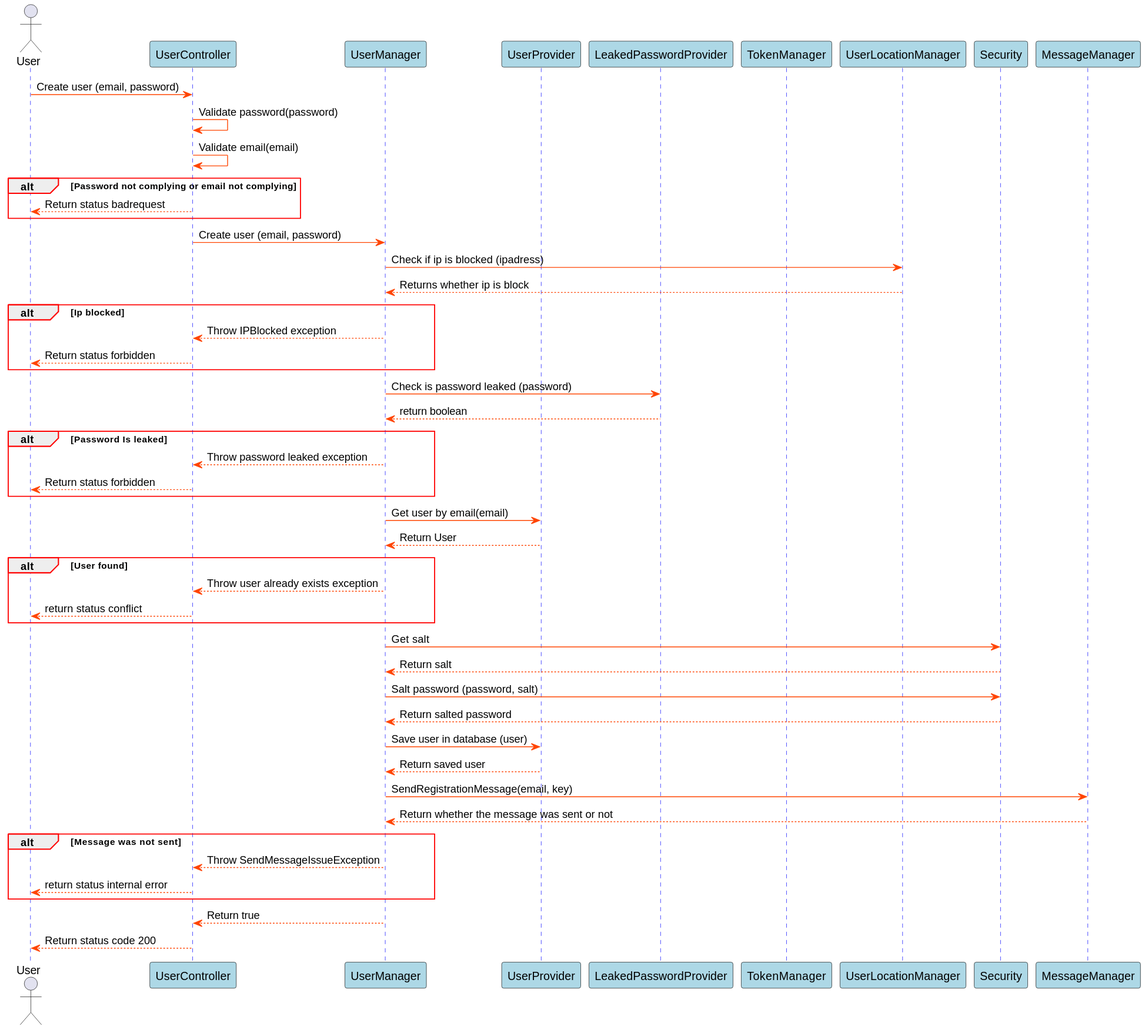
The PlantUML diagram Docs/out/SDDiagrams/CreateUserSD/Create User SD.svg in blackout1471/trust-us-school, before a commit.
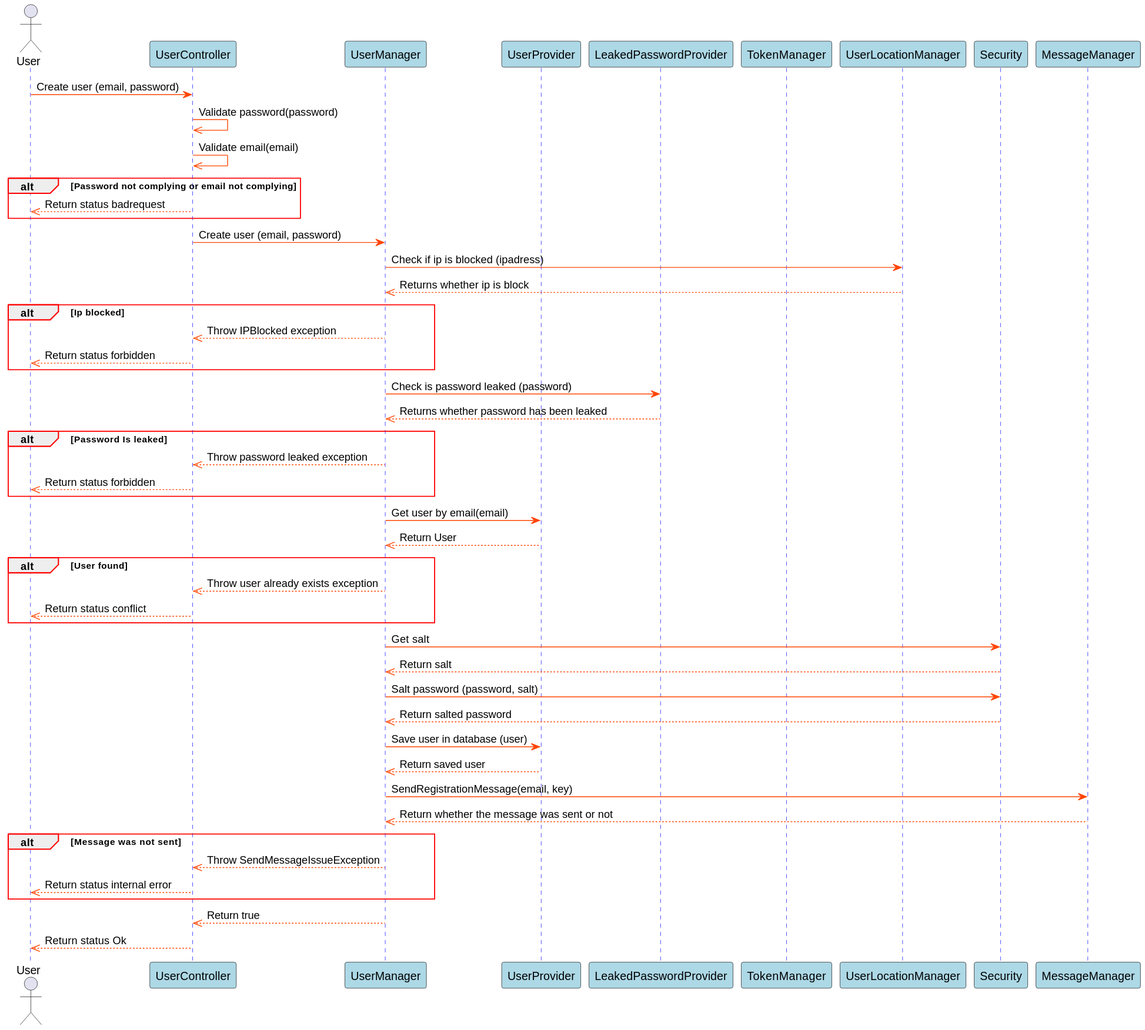
Above is the later version.

Diff of the diagram source:
```diff
@@ -24,59 +24,60 @@
 
 
 User->UserController: Create user (email, password)
-UserController->UserController: Validate password(password)
-UserController->UserController: Validate email(email)
+UserController->>UserController: Validate password(password)
+UserController->>UserController: Validate email(email)
 
 alt Password not complying or email not complying
-UserController-->User: Return status badrequest
+UserController-->>User: Return status badrequest
 end
 
 UserController->UserManager: Create user (email, password)
 UserManager->UserLocationManager: Check if ip is blocked (ipadress)
-UserLocationManager-->UserManager: Returns whether ip is block
+UserLocationManager-->>UserManager: Returns whether ip is block
 
 alt Ip blocked
-UserManager-->UserController: Throw IPBlocked exception
-UserController-->User: Return status forbidden
+UserManager-->>UserController: Throw IPBlocked exception
+UserController-->>User: Return status forbidden
 end
 
 
 UserManager->LeakedPasswordProvider: Check is password leaked (password)
-LeakedPasswordProvider-->UserManager: return boolean
+LeakedPasswordProvider-->>UserManager: Returns whether password has been leaked
 
 alt Password Is leaked
-UserManager-->UserController: Throw password leaked exception
-UserController-->User: Return status forbidden
+UserManager-->>UserController: Throw password leaked exception
+UserController-->>User: Return status forbidden
 end
 
 UserManager->UserProvider: Get user by email(email)
-UserProvider-->UserManager: Return User
+UserProvider-->>UserManager: Return User
 
 alt User found
 
-UserManager-->UserController: Throw user already exists exception
-UserController-->User: return status conflict
+UserManager-->>UserController: Throw user already exists exception
+UserController-->>User: Return status conflict
 
 end
 
 
 UserManager->Security: Get salt
-Security-->UserManager: Return salt
+Security-->>UserManager: Return salt
 
 UserManager->Security: Salt password (password, salt)
-Security-->UserManager: Return salted password
+Security-->>UserManager: Return salted password
 
 UserManager->UserProvider: Save user in database (user)
-UserProvider-->UserManager: Return saved user
+UserProvider-->>UserManager: Return saved user
 
 UserManager->MessageManager: SendRegistrationMessage(email, key)
-MessageManager-->UserManager: Return whether the message was sent or not
+MessageManager-->>UserManager: Return whether the message was sent or not
+
 alt Message was not sent
-UserManager --> UserController: Throw SendMessageIssueException
-UserController --> User: return status internal error
+UserManager -->> UserController: Throw SendMessageIssueException
+UserController -->> User: Return status internal error
+end
 
-end
-UserManager-->UserController: Return true
-UserController-->User: Return status code 200
+UserManager-->>UserController: Return true
+UserController-->>User: Return status Ok
 
 @enduml
```
